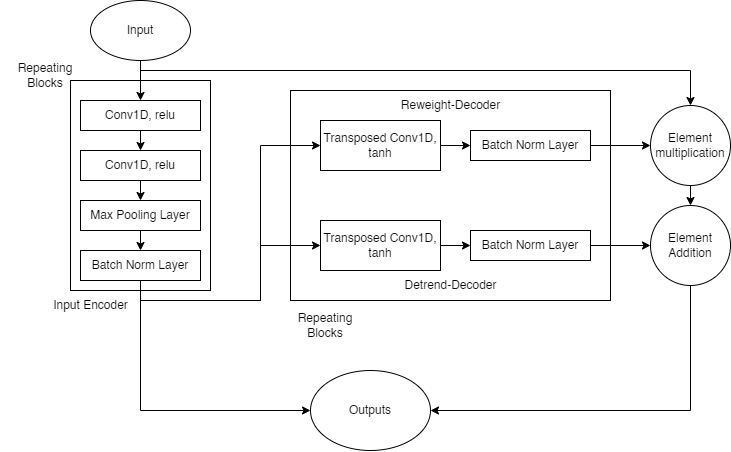
Before: MATLAB/Notes/Figures/Architecture Diagram/ReweightDetrendLayer.drawio.png, a diagram exported from draw.io (not-JASH/Trading-AI-3). Source tidied: cells renumbered, new cells last; positions are measured from the earlier drawing's top-left corner, leaving out a move shared by most shapes. The source it was exported from:
```xml
<mxGraphModel>
  <root>
    <mxCell id="0" />
    <mxCell id="1" parent="0" />
    <mxCell id="2" style="edgeStyle=orthogonalEdgeStyle;rounded=0;jettySize=auto;html=1;exitX=0.5;exitY=1;exitDx=0;exitDy=0;entryX=0.5;entryY=0;entryDx=0;entryDy=0;" parent="1" edge="1" source="4" target="6">
      <mxGeometry relative="1" as="geometry" />
    </mxCell>
    <mxCell id="3" style="edgeStyle=orthogonalEdgeStyle;rounded=0;jettySize=auto;html=1;exitX=0.5;exitY=1;exitDx=0;exitDy=0;" parent="1" edge="1" source="4" target="21">
      <mxGeometry relative="1" as="geometry">
        <Array as="points">
          <mxPoint x="140" y="70" />
          <mxPoint x="690" y="70" />
        </Array>
      </mxGeometry>
    </mxCell>
    <mxCell id="4" value="Input" style="ellipse;whiteSpace=wrap;html=1;" parent="1" vertex="1">
      <mxGeometry x="90" width="100" height="60" as="geometry" />
    </mxCell>
    <mxCell id="5" style="edgeStyle=orthogonalEdgeStyle;rounded=0;jettySize=auto;html=1;exitX=0.5;exitY=1;exitDx=0;exitDy=0;entryX=0.5;entryY=0;entryDx=0;entryDy=0;" parent="1" edge="1" source="6" target="8">
      <mxGeometry relative="1" as="geometry" />
    </mxCell>
    <mxCell id="6" value="Conv1D, relu" style="rounded=0;whiteSpace=wrap;html=1;" parent="1" vertex="1">
      <mxGeometry x="80" y="100" width="120" height="30" as="geometry" />
    </mxCell>
    <mxCell id="7" style="edgeStyle=orthogonalEdgeStyle;rounded=0;jettySize=auto;html=1;exitX=0.5;exitY=1;exitDx=0;exitDy=0;entryX=0.5;entryY=0;entryDx=0;entryDy=0;fontSize=12;" parent="1" edge="1" source="8" target="10">
      <mxGeometry relative="1" as="geometry" />
    </mxCell>
    <mxCell id="8" value="Conv1D, relu" style="rounded=0;whiteSpace=wrap;html=1;" parent="1" vertex="1">
      <mxGeometry x="80" y="150" width="120" height="30" as="geometry" />
    </mxCell>
    <mxCell id="9" style="edgeStyle=orthogonalEdgeStyle;rounded=0;jettySize=auto;html=1;exitX=0.5;exitY=1;exitDx=0;exitDy=0;entryX=0.5;entryY=0;entryDx=0;entryDy=0;fontSize=12;" parent="1" edge="1" source="10" target="14">
      <mxGeometry relative="1" as="geometry" />
    </mxCell>
    <mxCell id="10" value="Max Pooling Layer" style="rounded=0;whiteSpace=wrap;html=1;fontSize=12;" parent="1" vertex="1">
      <mxGeometry x="80" y="200" width="120" height="30" as="geometry" />
    </mxCell>
    <mxCell id="11" style="edgeStyle=orthogonalEdgeStyle;rounded=0;jettySize=auto;html=1;exitX=0.5;exitY=1;exitDx=0;exitDy=0;entryX=0;entryY=0.5;entryDx=0;entryDy=0;" parent="1" edge="1" source="14" target="17">
      <mxGeometry relative="1" as="geometry" />
    </mxCell>
    <mxCell id="12" style="edgeStyle=orthogonalEdgeStyle;rounded=0;jettySize=auto;html=1;exitX=0.5;exitY=1;exitDx=0;exitDy=0;entryX=0;entryY=0.5;entryDx=0;entryDy=0;" parent="1" edge="1" source="14" target="31">
      <mxGeometry relative="1" as="geometry" />
    </mxCell>
    <mxCell id="13" style="edgeStyle=orthogonalEdgeStyle;rounded=0;jettySize=auto;html=1;exitX=0.5;exitY=1;exitDx=0;exitDy=0;entryX=0;entryY=0.5;entryDx=0;entryDy=0;" parent="1" edge="1" source="14" target="29">
      <mxGeometry relative="1" as="geometry" />
    </mxCell>
    <mxCell id="14" value="Batch Norm Layer" style="rounded=0;whiteSpace=wrap;html=1;fontSize=12;" parent="1" vertex="1">
      <mxGeometry x="80" y="250" width="120" height="30" as="geometry" />
    </mxCell>
    <mxCell id="15" value="Repeating Blocks" style="text;html=1;strokeColor=none;fillColor=none;align=center;verticalAlign=middle;whiteSpace=wrap;rounded=0;labelBackgroundColor=none;fontSize=12;" parent="1" vertex="1">
      <mxGeometry y="60" width="90" height="30" as="geometry" />
    </mxCell>
    <mxCell id="16" style="edgeStyle=orthogonalEdgeStyle;rounded=0;jettySize=auto;html=1;exitX=1;exitY=0.5;exitDx=0;exitDy=0;entryX=0;entryY=0.5;entryDx=0;entryDy=0;" parent="1" edge="1" source="17" target="19">
      <mxGeometry relative="1" as="geometry" />
    </mxCell>
    <mxCell id="17" value="Transposed Conv1D, tanh" style="rounded=0;whiteSpace=wrap;html=1;labelBackgroundColor=none;fontSize=12;fillColor=default;" parent="1" vertex="1">
      <mxGeometry x="320" y="120" width="120" height="50" as="geometry" />
    </mxCell>
    <mxCell id="18" style="edgeStyle=orthogonalEdgeStyle;rounded=0;jettySize=auto;html=1;entryX=0;entryY=0.5;entryDx=0;entryDy=0;" parent="1" edge="1" source="19" target="21">
      <mxGeometry relative="1" as="geometry" />
    </mxCell>
    <mxCell id="19" value="Batch Norm Layer" style="rounded=0;whiteSpace=wrap;html=1;fontSize=12;" parent="1" vertex="1">
      <mxGeometry x="470" y="130" width="120" height="30" as="geometry" />
    </mxCell>
    <mxCell id="20" style="edgeStyle=orthogonalEdgeStyle;rounded=0;jettySize=auto;html=1;exitX=0.5;exitY=1;exitDx=0;exitDy=0;entryX=0.5;entryY=0;entryDx=0;entryDy=0;" parent="1" edge="1" source="21" target="23">
      <mxGeometry relative="1" as="geometry" />
    </mxCell>
    <mxCell id="21" value="Element multiplication" style="ellipse;whiteSpace=wrap;html=1;" parent="1" vertex="1">
      <mxGeometry x="650" y="105" width="80" height="80" as="geometry" />
    </mxCell>
    <mxCell id="22" style="edgeStyle=orthogonalEdgeStyle;rounded=0;jettySize=auto;html=1;exitX=0.5;exitY=1;exitDx=0;exitDy=0;entryX=1;entryY=0.5;entryDx=0;entryDy=0;" parent="1" edge="1" source="23" target="29">
      <mxGeometry relative="1" as="geometry" />
    </mxCell>
    <mxCell id="23" value="Element Addition" style="ellipse;whiteSpace=wrap;html=1;" parent="1" vertex="1">
      <mxGeometry x="650" y="205" width="80" height="80" as="geometry" />
    </mxCell>
    <mxCell id="24" value="Repeating Blocks" style="text;html=1;strokeColor=none;fillColor=none;align=center;verticalAlign=middle;whiteSpace=wrap;rounded=0;labelBackgroundColor=none;fontSize=12;" parent="1" vertex="1">
      <mxGeometry x="280" y="310" width="90" height="30" as="geometry" />
    </mxCell>
    <mxCell id="25" value="Input Encoder" style="text;html=1;align=center;verticalAlign=middle;strokeColor=none;fillColor=none;" parent="1" vertex="1">
      <mxGeometry x="40" y="290" width="100" height="30" as="geometry" />
    </mxCell>
    <mxCell id="26" style="rounded=0;whiteSpace=wrap;html=1;labelBackgroundColor=none;fontSize=12;fillColor=none;" parent="1" vertex="1">
      <mxGeometry x="290" y="90" width="320" height="210" as="geometry" />
    </mxCell>
    <mxCell id="27" value="Detrend-Decoder" style="text;html=1;align=center;verticalAlign=middle;strokeColor=none;fillColor=none;" parent="1" vertex="1">
      <mxGeometry x="390" y="270" width="120" height="30" as="geometry" />
    </mxCell>
    <mxCell id="28" value="Reweight-Decoder" style="text;html=1;align=center;verticalAlign=middle;strokeColor=none;fillColor=none;" parent="1" vertex="1">
      <mxGeometry x="390" y="90" width="120" height="30" as="geometry" />
    </mxCell>
    <mxCell id="29" value="Outputs" style="ellipse;whiteSpace=wrap;html=1;" parent="1" vertex="1">
      <mxGeometry x="310" y="370" width="120" height="80" as="geometry" />
    </mxCell>
    <mxCell id="30" style="edgeStyle=orthogonalEdgeStyle;rounded=0;jettySize=auto;html=1;exitX=1;exitY=0.5;exitDx=0;exitDy=0;entryX=0;entryY=0.5;entryDx=0;entryDy=0;" parent="1" edge="1" source="31" target="33">
      <mxGeometry relative="1" as="geometry" />
    </mxCell>
    <mxCell id="31" value="Transposed Conv1D, tanh" style="rounded=0;whiteSpace=wrap;html=1;labelBackgroundColor=none;fontSize=12;fillColor=default;" parent="1" vertex="1">
      <mxGeometry x="320" y="220" width="120" height="50" as="geometry" />
    </mxCell>
    <mxCell id="32" style="edgeStyle=orthogonalEdgeStyle;rounded=0;jettySize=auto;html=1;exitX=1;exitY=0.5;exitDx=0;exitDy=0;entryX=0;entryY=0.5;entryDx=0;entryDy=0;" parent="1" edge="1" source="33" target="23">
      <mxGeometry relative="1" as="geometry" />
    </mxCell>
    <mxCell id="33" value="Batch Norm Layer" style="rounded=0;whiteSpace=wrap;html=1;fontSize=12;" parent="1" vertex="1">
      <mxGeometry x="470" y="230" width="120" height="30" as="geometry" />
    </mxCell>
    <mxCell id="34" style="rounded=0;whiteSpace=wrap;html=1;labelBackgroundColor=none;fontSize=12;fillColor=none;" parent="1" vertex="1">
      <mxGeometry x="70" y="80" width="140" height="210" as="geometry" />
    </mxCell>
  </root>
</mxGraphModel>
```
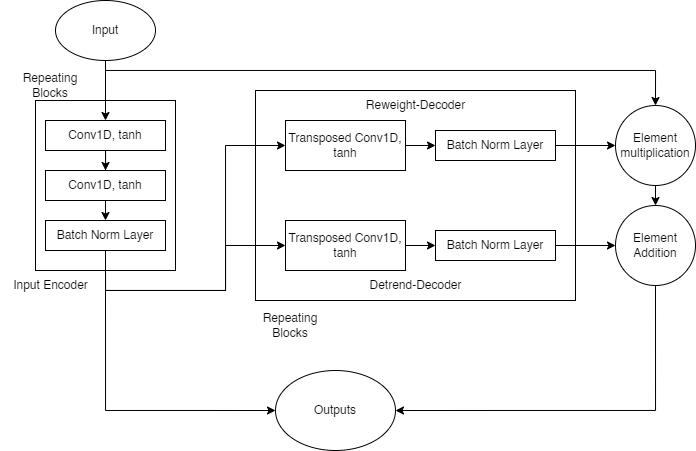
After the change.

Diff of the diagram source:
```diff
@@ -16,38 +16,44 @@
     <mxCell id="4" value="Input" style="ellipse;whiteSpace=wrap;html=1;" parent="1" vertex="1">
       <mxGeometry x="90" width="100" height="60" as="geometry" />
     </mxCell>
-    <mxCell id="5" style="edgeStyle=orthogonalEdgeStyle;rounded=0;jettySize=auto;html=1;exitX=0.5;exitY=1;exitDx=0;exitDy=0;entryX=0.5;entryY=0;entryDx=0;entryDy=0;" parent="1" edge="1" source="6" target="8">
+    <mxCell id="5" style="edgeStyle=orthogonalEdgeStyle;rounded=0;jettySize=auto;html=1;exitX=0.5;exitY=1;exitDx=0;exitDy=0;" parent="1" edge="1" source="6" target="8">
       <mxGeometry relative="1" as="geometry" />
     </mxCell>
-    <mxCell id="6" value="Conv1D, relu" style="rounded=0;whiteSpace=wrap;html=1;" parent="1" vertex="1">
-      <mxGeometry x="80" y="100" width="120" height="30" as="geometry" />
+    <mxCell id="6" value="Conv1D, tanh" style="rounded=0;whiteSpace=wrap;html=1;" parent="1" vertex="1">
+      <mxGeometry x="80" y="120" width="120" height="30" as="geometry" />
     </mxCell>
-    <mxCell id="7" style="edgeStyle=orthogonalEdgeStyle;rounded=0;jettySize=auto;html=1;exitX=0.5;exitY=1;exitDx=0;exitDy=0;entryX=0.5;entryY=0;entryDx=0;entryDy=0;fontSize=12;" parent="1" edge="1" source="8" target="10">
-      <mxGeometry relative="1" as="geometry" />
-    </mxCell>
+    <mxCell id="35" style="edgeStyle=orthogonalEdgeStyle;rounded=0;jettySize=auto;html=1;exitX=0.5;exitY=1;exitDx=0;exitDy=0;entryX=0.5;entryY=0;entryDx=0;entryDy=0;" parent="1" edge="1" source="8" target="14">
+      <mxGeometry relative="1" as="geometry" />
+    </mxCell>
-    <mxCell id="8" value="Conv1D, relu" style="rounded=0;whiteSpace=wrap;html=1;" parent="1" vertex="1">
-      <mxGeometry x="80" y="150" width="120" height="30" as="geometry" />
+    <mxCell id="8" value="Conv1D, tanh" style="rounded=0;whiteSpace=wrap;html=1;" parent="1" vertex="1">
+      <mxGeometry x="80" y="170" width="120" height="30" as="geometry" />
     </mxCell>
-    <mxCell id="9" style="edgeStyle=orthogonalEdgeStyle;rounded=0;jettySize=auto;html=1;exitX=0.5;exitY=1;exitDx=0;exitDy=0;entryX=0.5;entryY=0;entryDx=0;entryDy=0;fontSize=12;" parent="1" edge="1" source="10" target="14">
-      <mxGeometry relative="1" as="geometry" />
-    </mxCell>
-    <mxCell id="10" value="Max Pooling Layer" style="rounded=0;whiteSpace=wrap;html=1;fontSize=12;" parent="1" vertex="1">
-      <mxGeometry x="80" y="200" width="120" height="30" as="geometry" />
-    </mxCell>
     <mxCell id="11" style="edgeStyle=orthogonalEdgeStyle;rounded=0;jettySize=auto;html=1;exitX=0.5;exitY=1;exitDx=0;exitDy=0;entryX=0;entryY=0.5;entryDx=0;entryDy=0;" parent="1" edge="1" source="14" target="17">
-      <mxGeometry relative="1" as="geometry" />
+      <mxGeometry relative="1" as="geometry">
+        <Array as="points">
+          <mxPoint x="140" y="290" />
+          <mxPoint x="260" y="290" />
+          <mxPoint x="260" y="145" />
+        </Array>
+      </mxGeometry>
     </mxCell>
     <mxCell id="12" style="edgeStyle=orthogonalEdgeStyle;rounded=0;jettySize=auto;html=1;exitX=0.5;exitY=1;exitDx=0;exitDy=0;entryX=0;entryY=0.5;entryDx=0;entryDy=0;" parent="1" edge="1" source="14" target="31">
-      <mxGeometry relative="1" as="geometry" />
+      <mxGeometry relative="1" as="geometry">
+        <Array as="points">
+          <mxPoint x="140" y="290" />
+          <mxPoint x="260" y="290" />
+          <mxPoint x="260" y="245" />
+        </Array>
+      </mxGeometry>
     </mxCell>
     <mxCell id="13" style="edgeStyle=orthogonalEdgeStyle;rounded=0;jettySize=auto;html=1;exitX=0.5;exitY=1;exitDx=0;exitDy=0;entryX=0;entryY=0.5;entryDx=0;entryDy=0;" parent="1" edge="1" source="14" target="29">
       <mxGeometry relative="1" as="geometry" />
     </mxCell>
     <mxCell id="14" value="Batch Norm Layer" style="rounded=0;whiteSpace=wrap;html=1;fontSize=12;" parent="1" vertex="1">
-      <mxGeometry x="80" y="250" width="120" height="30" as="geometry" />
+      <mxGeometry x="80" y="220" width="120" height="30" as="geometry" />
     </mxCell>
     <mxCell id="15" value="Repeating Blocks" style="text;html=1;strokeColor=none;fillColor=none;align=center;verticalAlign=middle;whiteSpace=wrap;rounded=0;labelBackgroundColor=none;fontSize=12;" parent="1" vertex="1">
-      <mxGeometry y="60" width="90" height="30" as="geometry" />
+      <mxGeometry x="40" y="70" width="90" height="30" as="geometry" />
     </mxCell>
     <mxCell id="16" style="edgeStyle=orthogonalEdgeStyle;rounded=0;jettySize=auto;html=1;exitX=1;exitY=0.5;exitDx=0;exitDy=0;entryX=0;entryY=0.5;entryDx=0;entryDy=0;" parent="1" edge="1" source="17" target="19">
       <mxGeometry relative="1" as="geometry" />
@@ -77,7 +83,7 @@
       <mxGeometry x="280" y="310" width="90" height="30" as="geometry" />
     </mxCell>
     <mxCell id="25" value="Input Encoder" style="text;html=1;align=center;verticalAlign=middle;strokeColor=none;fillColor=none;" parent="1" vertex="1">
-      <mxGeometry x="40" y="290" width="100" height="30" as="geometry" />
+      <mxGeometry x="35" y="270" width="100" height="30" as="geometry" />
     </mxCell>
     <mxCell id="26" style="rounded=0;whiteSpace=wrap;html=1;labelBackgroundColor=none;fontSize=12;fillColor=none;" parent="1" vertex="1">
       <mxGeometry x="290" y="90" width="320" height="210" as="geometry" />
@@ -104,7 +110,7 @@
       <mxGeometry x="470" y="230" width="120" height="30" as="geometry" />
     </mxCell>
     <mxCell id="34" style="rounded=0;whiteSpace=wrap;html=1;labelBackgroundColor=none;fontSize=12;fillColor=none;" parent="1" vertex="1">
-      <mxGeometry x="70" y="80" width="140" height="210" as="geometry" />
+      <mxGeometry x="70" y="100" width="140" height="170" as="geometry" />
     </mxCell>
   </root>
 </mxGraphModel>
```
